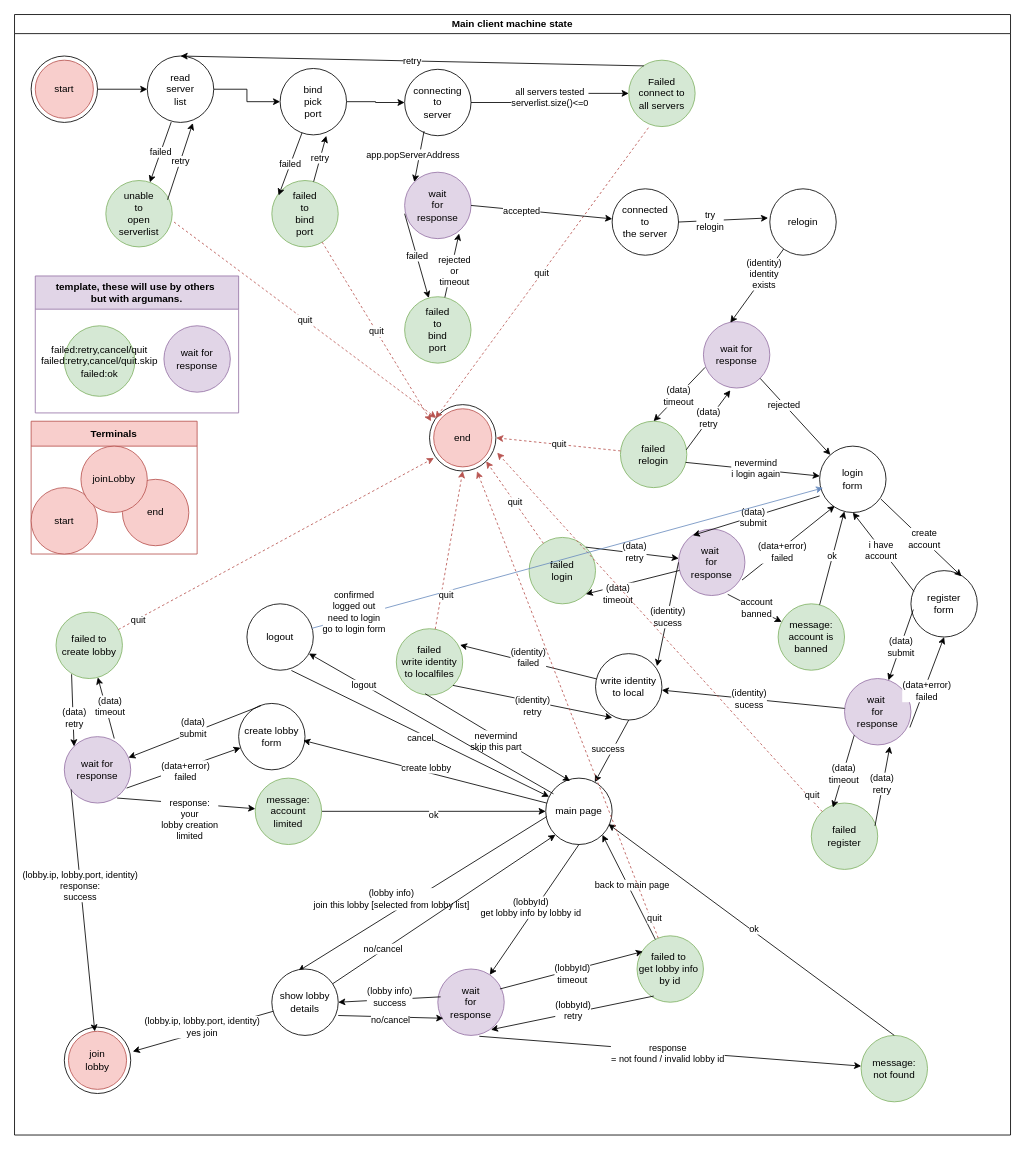
turnaduw/fluffyMultiplayer keeps this draw.io diagram as docs/machine-state/main-client/main-client-machine-states.drawio. Above is the earlier version. Source tidied: cells renumbered, new cells numbered last; positions are measured from the earlier drawing's top-left corner, leaving out a move shared by most shapes. Both pictures are drawn from the tidied source at 83%, with x=0, y=0 at pixel (14, 14).
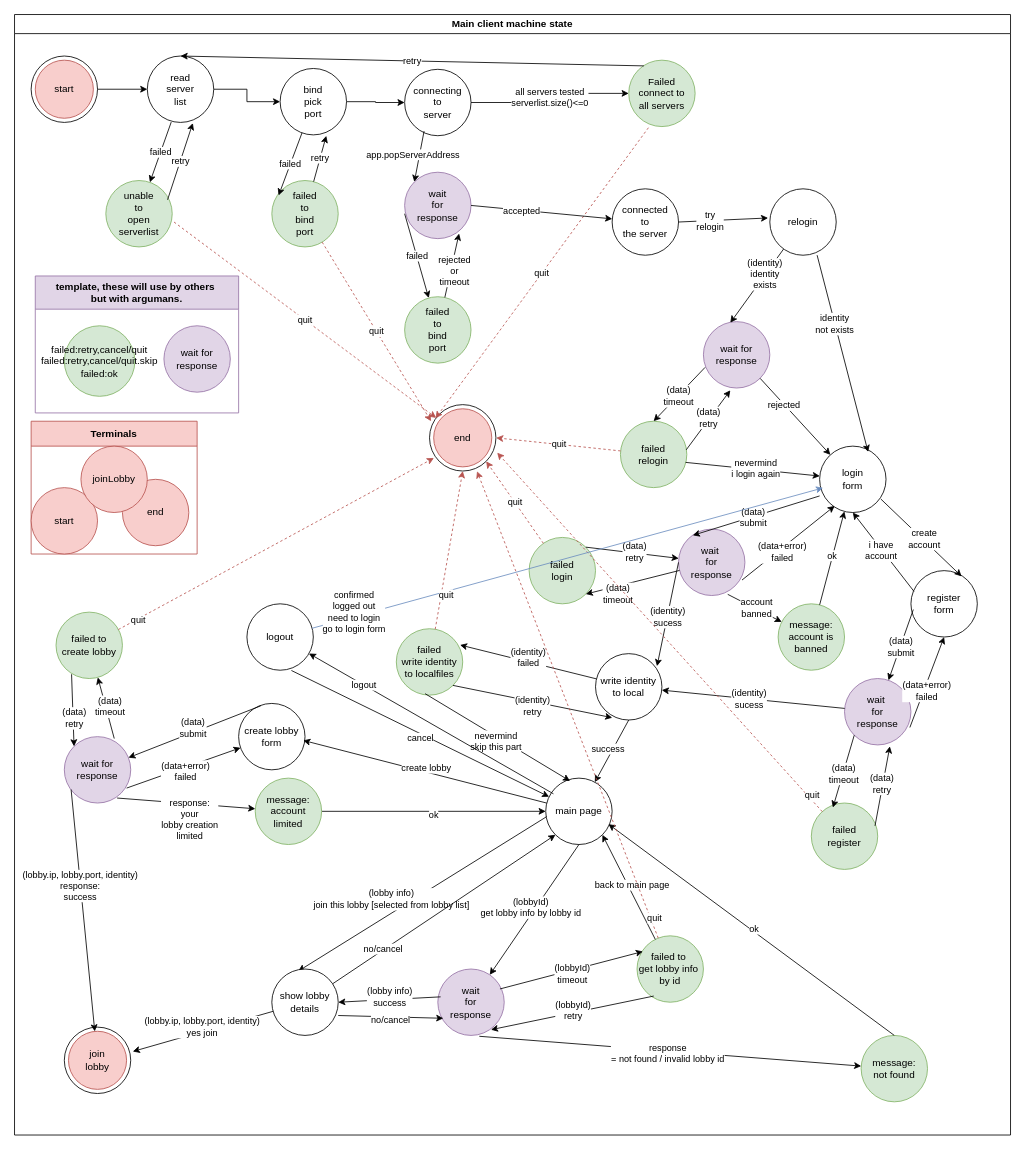
The same diagram, later.

Commit message (it also covers changes not shown here):
doc main-client machine state updated.

The change refers to these unchanged cells:
```xml
<mxCell id="2" value="Main client machine state" style="swimlane;whiteSpace=wrap;html=1;" parent="1" vertex="1">
  <mxGeometry width="1200" height="1350" as="geometry" />
</mxCell>
<mxCell id="29" value="relogin" style="ellipse;whiteSpace=wrap;html=1;" parent="2" vertex="1">
  <mxGeometry x="910" y="210" width="80" height="80" as="geometry" />
</mxCell>
<mxCell id="31" value="wait for response" style="ellipse;whiteSpace=wrap;html=1;fillColor=#e1d5e7;strokeColor=#9673a6;" parent="2" vertex="1">
  <mxGeometry x="830" y="370" width="80" height="80" as="geometry" />
</mxCell>
<mxCell id="33" value="login&lt;br&gt;form" style="ellipse;whiteSpace=wrap;html=1;" parent="2" vertex="1">
  <mxGeometry x="970" y="520" width="80" height="80" as="geometry" />
</mxCell>
```

Diff of the diagram source:
```diff
@@
     <mxCell id="32" value="(identity)&lt;br&gt;identity&lt;br&gt;exists" style="endArrow=classic;html=1;rounded=0;entryX=0.405;entryY=0.017;entryDx=0;entryDy=0;entryPerimeter=0;" parent="2" edge="1" source="29" target="31">
-      <mxGeometry x="-0.29" y="-1" relative="1" as="geometry" />
+      <mxGeometry x="-0.3" y="-1" relative="1" as="geometry" />
     </mxCell>
@@
+    <mxCell id="115" value="identity&lt;br&gt;not exists" style="endArrow=classic;html=1;rounded=0;entryX=0.73;entryY=0.088;entryDx=0;entryDy=0;entryPerimeter=0;exitX=0.712;exitY=0.999;exitDx=0;exitDy=0;exitPerimeter=0;" parent="2" edge="1" source="29" target="33">
+      <mxGeometry x="-0.3" y="-1" relative="1" as="geometry" />
+    </mxCell>
```
